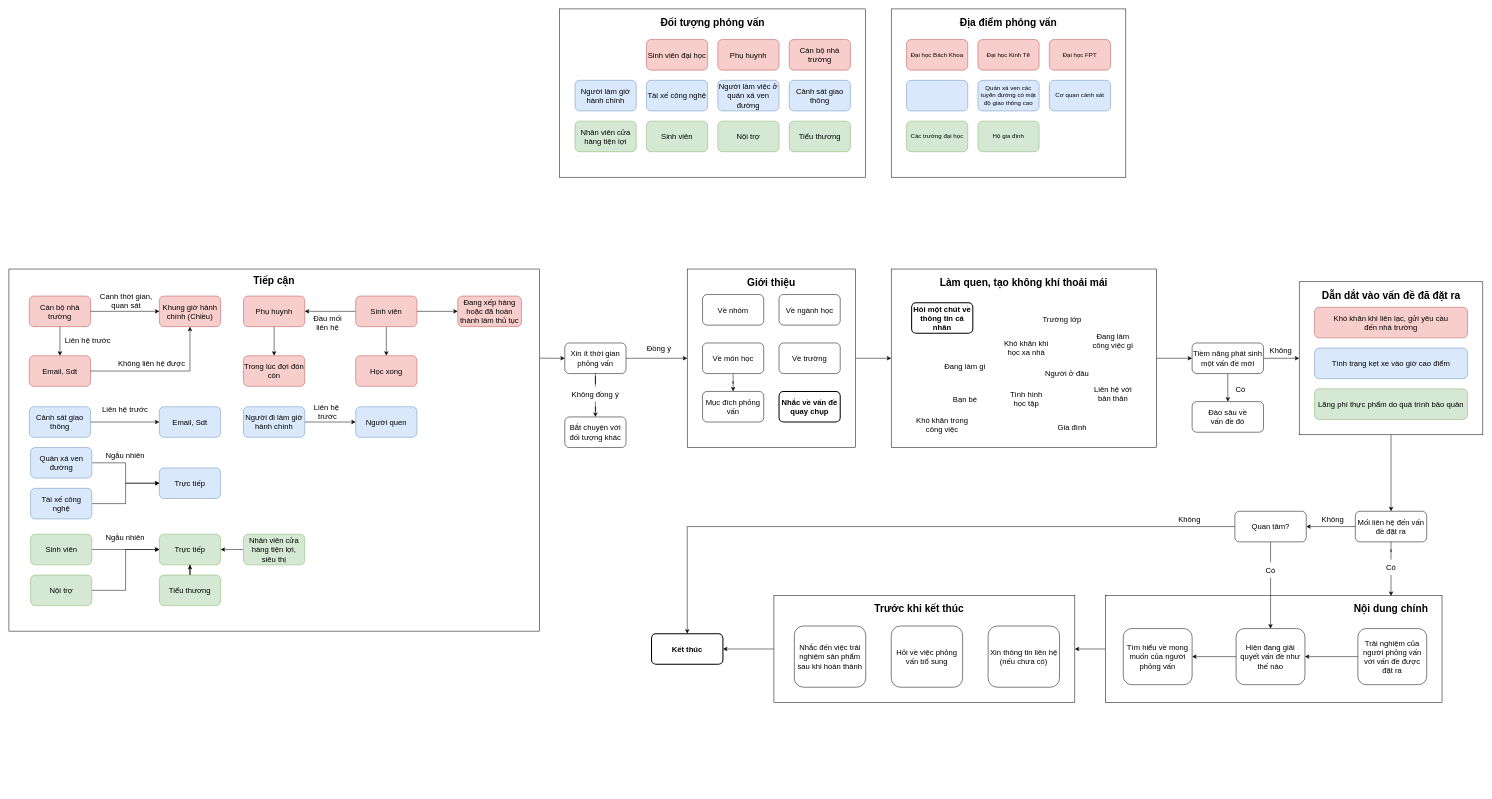
Above: Untitled Diagram.drawio in lukas0173/Draw.io (draw.io), before the change. Source tidied: cells renumbered, new cells numbered last; positions are measured from the earlier drawing's top-left corner, leaving out a move shared by most shapes. Both pictures are drawn from the tidied source at 51%, with x=0, y=0 at pixel (9, 9).
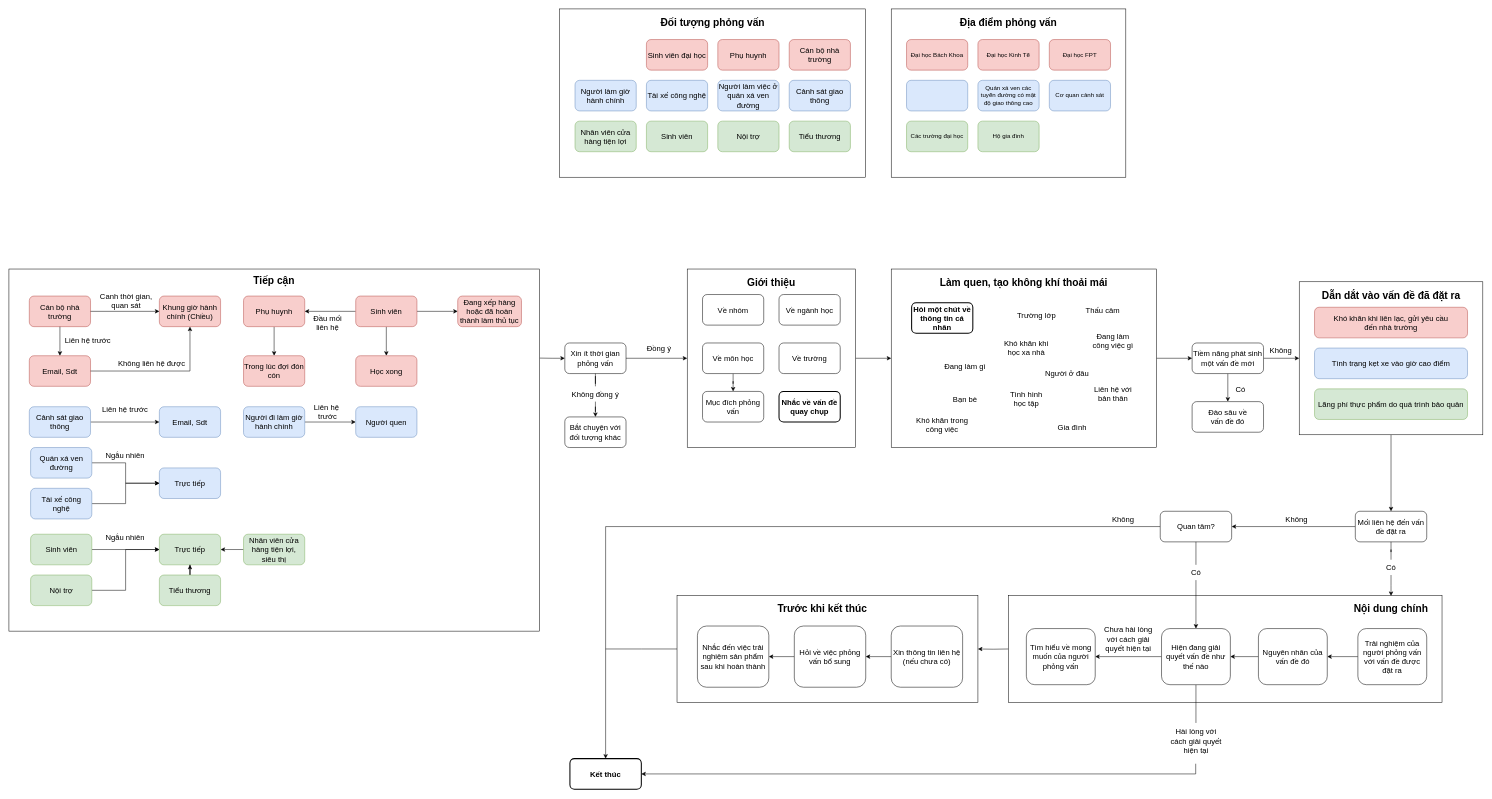
The same page after the edit.

Unchanged cells that the change refers to:
```xml
<mxCell id="79" value="Trải nghiệm của người phỏng vấn với vấn đề được đặt ra" style="rounded=1;whiteSpace=wrap;html=1;fontSize=15;" parent="1" vertex="1">
  <mxGeometry x="2645" y="1215" width="135" height="110" as="geometry" />
</mxCell>
```

What changed in the source:
```diff
@@
-    <mxCell id="2" style="edgeStyle=orthogonalEdgeStyle;rounded=0;jettySize=auto;html=1;entryX=1;entryY=0.5;entryDx=0;entryDy=0;" parent="1" edge="1" source="3" target="144">
-      <mxGeometry relative="1" as="geometry" />
+    <mxCell id="2" style="edgeStyle=orthogonalEdgeStyle;rounded=0;jettySize=auto;html=1;entryX=1;entryY=0.5;entryDx=0;entryDy=0;" parent="1" edge="1" target="144">
+      <mxGeometry relative="1" as="geometry">
+        <mxPoint x="1960" y="1255" as="sourcePoint" />
+      </mxGeometry>
     </mxCell>
     <mxCell id="3" style="rounded=0;whiteSpace=wrap;html=1;" parent="1" vertex="1">
-      <mxGeometry x="2150" y="1150" width="660" height="210" as="geometry" />
+      <mxGeometry x="1960" y="1150" width="850" height="210" as="geometry" />
     </mxCell>
@@
+    <mxCell id="73" style="edgeStyle=orthogonalEdgeStyle;rounded=0;jettySize=auto;html=1;entryX=0.5;entryY=0;entryDx=0;entryDy=0;" parent="1" edge="1" source="83" target="81">
+      <mxGeometry relative="1" as="geometry" />
+    </mxCell>
     <mxCell id="72" style="edgeStyle=orthogonalEdgeStyle;rounded=0;jettySize=auto;html=1;entryX=0.5;entryY=0;entryDx=0;entryDy=0;" parent="1" edge="1" source="74" target="76">
-      <mxGeometry relative="1" as="geometry">
-        <Array as="points">
-          <mxPoint x="1330" y="1015" />
-        </Array>
-      </mxGeometry>
+      <mxGeometry relative="1" as="geometry" />
     </mxCell>
-    <mxCell id="73" style="edgeStyle=orthogonalEdgeStyle;rounded=0;jettySize=auto;html=1;entryX=0.5;entryY=0;entryDx=0;entryDy=0;" parent="1" edge="1" source="83" target="81">
-      <mxGeometry relative="1" as="geometry" />
-    </mxCell>
     <mxCell id="74" value="Quan tâm?" style="rounded=1;whiteSpace=wrap;html=1;fontSize=15;" parent="1" vertex="1">
-      <mxGeometry x="2403.8" y="985" width="140" height="60" as="geometry" />
+      <mxGeometry x="2257.5" y="985" width="140" height="60" as="geometry" />
     </mxCell>
     <mxCell id="75" value="Không" style="text;html=1;align=center;verticalAlign=middle;whiteSpace=wrap;rounded=0;fontSize=15;" parent="1" vertex="1">
-      <mxGeometry x="2541.2" y="985" width="110" height="30" as="geometry" />
+      <mxGeometry x="2470" y="985" width="110" height="30" as="geometry" />
     </mxCell>
     <mxCell id="76" value="Kết thúc" style="rounded=1;whiteSpace=wrap;html=1;fontSize=15;fontStyle=1;strokeWidth=2;" parent="1" vertex="1">
-      <mxGeometry x="1260" y="1225" width="140" height="60" as="geometry" />
+      <mxGeometry x="1100" y="1470" width="140" height="60" as="geometry" />
     </mxCell>
     <mxCell id="77" value="Không" style="text;html=1;align=center;verticalAlign=middle;whiteSpace=wrap;rounded=0;fontSize=15;" parent="1" vertex="1">
-      <mxGeometry x="2260" y="985" width="110" height="30" as="geometry" />
+      <mxGeometry x="2130" y="985" width="110" height="30" as="geometry" />
     </mxCell>
-    <mxCell id="78" style="edgeStyle=orthogonalEdgeStyle;rounded=0;jettySize=auto;html=1;entryX=1;entryY=0.5;entryDx=0;entryDy=0;" parent="1" edge="1" source="79" target="81">
-      <mxGeometry relative="1" as="geometry" />
-    </mxCell>
+    <mxCell id="149" style="edgeStyle=orthogonalEdgeStyle;rounded=0;jettySize=auto;html=1;entryX=1;entryY=0.5;entryDx=0;entryDy=0;" parent="1" edge="1" source="79" target="156">
+      <mxGeometry relative="1" as="geometry" />
+    </mxCell>
@@
+    <mxCell id="150" style="edgeStyle=orthogonalEdgeStyle;rounded=0;jettySize=auto;html=1;endArrow=none;startFill=0;" parent="1" edge="1" source="81">
+      <mxGeometry relative="1" as="geometry">
+        <mxPoint x="2327.5" y="1400" as="targetPoint" />
+      </mxGeometry>
+    </mxCell>
     <mxCell id="81" value="Hiện đang giải quyết vấn đề như thế nào" style="rounded=1;whiteSpace=wrap;html=1;fontSize=15;" parent="1" vertex="1">
-      <mxGeometry x="2406.2" y="1215" width="135" height="110" as="geometry" />
+      <mxGeometry x="2260" y="1215" width="135" height="110" as="geometry" />
     </mxCell>
@@
     <mxCell id="83" value="Có" style="text;html=1;align=center;verticalAlign=middle;whiteSpace=wrap;rounded=0;fontSize=15;" parent="1" vertex="1">
-      <mxGeometry x="2418.8" y="1085" width="110" height="30" as="geometry" />
+      <mxGeometry x="2272.5" y="1090" width="110" height="30" as="geometry" />
     </mxCell>
     <mxCell id="84" value="Tìm hiểu về mong muốn của người phỏng vấn" style="rounded=1;whiteSpace=wrap;html=1;fontSize=15;" parent="1" vertex="1">
-      <mxGeometry x="2185" y="1215" width="135" height="110" as="geometry" />
+      <mxGeometry x="1995" y="1215" width="135" height="110" as="geometry" />
     </mxCell>
@@
     <mxCell id="132" value="Trường lớp" style="text;html=1;align=center;verticalAlign=middle;whiteSpace=wrap;rounded=0;fontSize=15;" parent="1" vertex="1">
-      <mxGeometry x="2020" y="593" width="90" height="30" as="geometry" />
+      <mxGeometry x="1970" y="585" width="90" height="30" as="geometry" />
     </mxCell>
@@
-    <mxCell id="143" style="edgeStyle=orthogonalEdgeStyle;rounded=0;jettySize=auto;html=1;entryX=1;entryY=0.5;entryDx=0;entryDy=0;" parent="1" edge="1" source="144" target="76">
-      <mxGeometry relative="1" as="geometry" />
-    </mxCell>
+    <mxCell id="151" style="edgeStyle=orthogonalEdgeStyle;rounded=0;jettySize=auto;html=1;endArrow=none;startFill=0;" parent="1" edge="1" source="144">
+      <mxGeometry relative="1" as="geometry">
+        <mxPoint x="1170" y="1255" as="targetPoint" />
+      </mxGeometry>
+    </mxCell>
     <mxCell id="144" style="rounded=0;whiteSpace=wrap;html=1;" parent="1" vertex="1">
-      <mxGeometry x="1500" y="1150" width="590" height="210" as="geometry" />
+      <mxGeometry x="1310" y="1150" width="590" height="210" as="geometry" />
     </mxCell>
+    <mxCell id="152" style="edgeStyle=orthogonalEdgeStyle;rounded=0;jettySize=auto;html=1;entryX=1;entryY=0.5;entryDx=0;entryDy=0;" parent="1" edge="1" source="145" target="146">
+      <mxGeometry relative="1" as="geometry" />
+    </mxCell>
     <mxCell id="145" value="Xin thông tin liên hệ (nếu chưa có)" style="rounded=1;whiteSpace=wrap;html=1;fontSize=15;" parent="1" vertex="1">
-      <mxGeometry x="1920" y="1210" width="140" height="120" as="geometry" />
+      <mxGeometry x="1730" y="1210" width="140" height="120" as="geometry" />
     </mxCell>
+    <mxCell id="153" style="edgeStyle=orthogonalEdgeStyle;rounded=0;jettySize=auto;html=1;entryX=1;entryY=0.5;entryDx=0;entryDy=0;" parent="1" edge="1" source="146" target="147">
+      <mxGeometry relative="1" as="geometry" />
+    </mxCell>
     <mxCell id="146" value="Hỏi về việc phỏng vấn bổ sung" style="rounded=1;whiteSpace=wrap;html=1;fontSize=15;" parent="1" vertex="1">
-      <mxGeometry x="1730" y="1210" width="140" height="120" as="geometry" />
+      <mxGeometry x="1540" y="1210" width="140" height="120" as="geometry" />
     </mxCell>
     <mxCell id="147" value="Nhắc đến việc trải nghiệm sản phẩm sau khi hoàn thành" style="rounded=1;whiteSpace=wrap;html=1;fontSize=15;" parent="1" vertex="1">
-      <mxGeometry x="1540" y="1210" width="140" height="120" as="geometry" />
+      <mxGeometry x="1350" y="1210" width="140" height="120" as="geometry" />
     </mxCell>
     <mxCell id="148" value="&lt;span style=&quot;font-size: 20px;&quot;&gt;Trước khi kết thúc&lt;/span&gt;" style="text;html=1;align=center;verticalAlign=middle;whiteSpace=wrap;rounded=0;fontStyle=1;" parent="1" vertex="1">
-      <mxGeometry x="1690" y="1160" width="190" height="30" as="geometry" />
+      <mxGeometry x="1500" y="1160" width="190" height="30" as="geometry" />
     </mxCell>
+    <mxCell id="154" value="Thấu cảm" style="text;html=1;align=center;verticalAlign=middle;whiteSpace=wrap;rounded=0;fontSize=15;" parent="1" vertex="1">
+      <mxGeometry x="2100" y="575" width="90" height="30" as="geometry" />
+    </mxCell>
+    <mxCell id="155" style="edgeStyle=orthogonalEdgeStyle;rounded=0;jettySize=auto;html=1;entryX=1;entryY=0.5;entryDx=0;entryDy=0;" parent="1" edge="1" source="156" target="81">
+      <mxGeometry relative="1" as="geometry" />
+    </mxCell>
+    <mxCell id="156" value="Nguyên nhân của vấn đề đó" style="rounded=1;whiteSpace=wrap;html=1;fontSize=15;" parent="1" vertex="1">
+      <mxGeometry x="2450" y="1215" width="135" height="110" as="geometry" />
+    </mxCell>
+    <mxCell id="157" value="Chưa hài lòng với cách giải quyết hiện tại" style="text;html=1;align=center;verticalAlign=middle;whiteSpace=wrap;rounded=0;fontSize=15;" parent="1" vertex="1">
+      <mxGeometry x="2140" y="1220" width="110" height="30" as="geometry" />
+    </mxCell>
+    <mxCell id="158" style="edgeStyle=orthogonalEdgeStyle;rounded=0;jettySize=auto;html=1;entryX=1;entryY=0.5;entryDx=0;entryDy=0;" parent="1" edge="1" target="76">
+      <mxGeometry relative="1" as="geometry">
+        <mxPoint x="2327" y="1480" as="sourcePoint" />
+        <Array as="points">
+          <mxPoint x="2327" y="1500" />
+        </Array>
+      </mxGeometry>
+    </mxCell>
+    <mxCell id="159" value="Hài lòng với cách giải quyết hiện tại" style="text;html=1;align=center;verticalAlign=middle;whiteSpace=wrap;rounded=0;fontSize=15;" parent="1" vertex="1">
+      <mxGeometry x="2272.5" y="1420" width="110" height="30" as="geometry" />
+    </mxCell>
```
